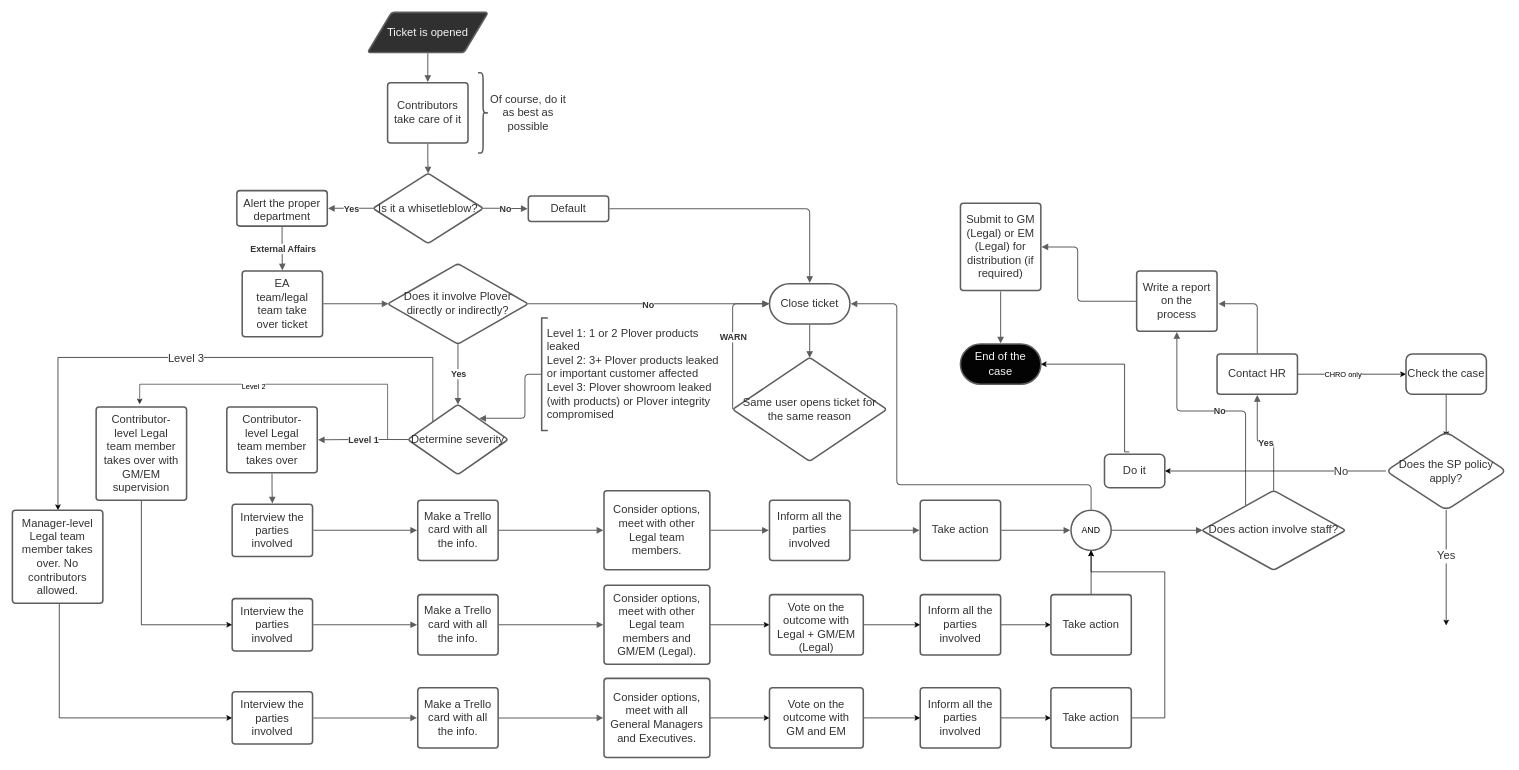
This is Untitled Diagram.drawio from Peiprjs/Peiprjs, a draw.io file, before an edit. Source tidied: cells renumbered, new cells numbered last; positions are measured from the earlier drawing's top-left corner, leaving out a move shared by most shapes. Both pictures are drawn from the tidied source at 67%, with x=0, y=0 at pixel (12, 12).
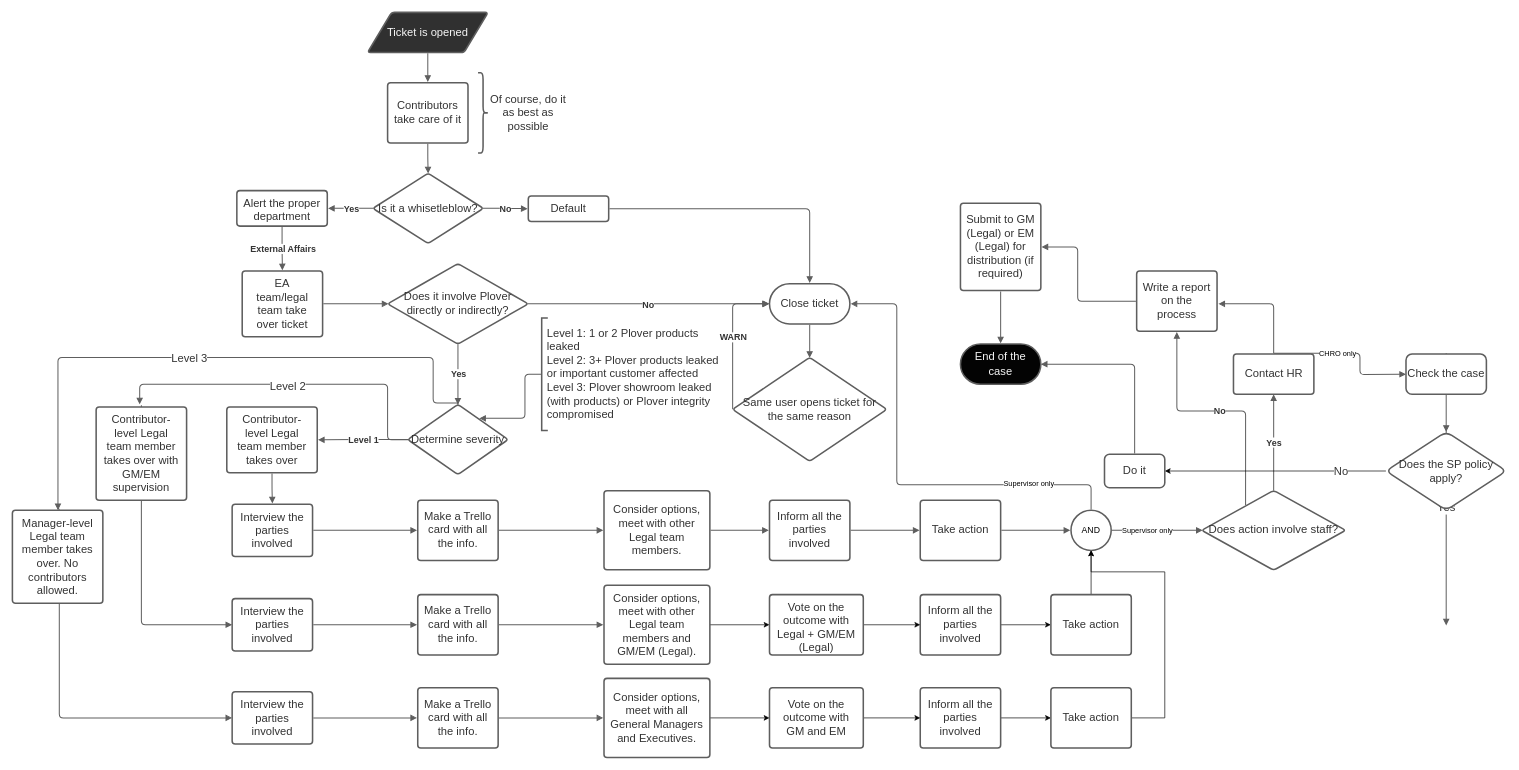
The same diagram, later.

Unchanged cells that the change refers to:
```xml
<mxCell id="35" value="Determine severity" style="html=1;overflow=block;blockSpacing=1;whiteSpace=wrap;rhombus;whiteSpace=wrap;fontSize=16.7;fontColor=#333333;spacing=3.8;strokeColor=#5e5e5e;strokeOpacity=100;rounded=1;absoluteArcSize=1;arcSize=9;strokeWidth=2.3;" parent="1" vertex="1">
  <mxGeometry x="590" y="585" width="150" height="105" as="geometry" />
</mxCell>
<mxCell id="51" value="&lt;font style=&quot;font-size: 17px&quot;&gt;Does action involve staff?&lt;/font&gt;" style="html=1;overflow=block;blockSpacing=1;whiteSpace=wrap;rhombus;whiteSpace=wrap;fontSize=16.7;fontColor=#333333;spacing=3.8;strokeColor=#5e5e5e;strokeOpacity=100;rounded=1;absoluteArcSize=1;arcSize=9;strokeWidth=2.3;" parent="1" vertex="1">
  <mxGeometry x="1775" y="713.5" width="215" height="119" as="geometry" />
</mxCell>
<mxCell id="55" style="html=1;jettySize=18;whiteSpace=wrap;fontSize=13;strokeColor=#5E5E5E;strokeWidth=1.5;rounded=1;arcSize=12;edgeStyle=orthogonalEdgeStyle;startArrow=none;endArrow=block;endFill=1;exitX=0.5;exitY=-0.019;exitPerimeter=0;entryX=1.009;entryY=0.5;entryPerimeter=0;" parent="1" edge="1" source="53" target="21">
  <mxGeometry relative="1" as="geometry">
    <Array as="points">
      <mxPoint x="1610" y="705" />
      <mxPoint x="1320" y="705" />
      <mxPoint x="1320" y="435" />
    </Array>
  </mxGeometry>
</mxCell>
<mxCell id="56" style="html=1;jettySize=18;whiteSpace=wrap;fontSize=13;strokeColor=#5E5E5E;strokeWidth=1.5;rounded=1;arcSize=12;edgeStyle=orthogonalEdgeStyle;startArrow=none;endArrow=block;endFill=1;exitX=1.019;exitY=0.5;exitPerimeter=0;entryX=0.007;entryY=0.5;entryPerimeter=0;" parent="1" edge="1" source="53" target="51">
  <mxGeometry relative="1" as="geometry" />
</mxCell>
<mxCell id="68" value="&lt;font color=&quot;#F7F7F7&quot;&gt;End of the case&lt;/font&gt;" style="html=1;overflow=block;blockSpacing=1;whiteSpace=wrap;rounded=1;arcSize=50;whiteSpace=wrap;fontSize=16.7;fontColor=#333333;spacing=3.8;strokeColor=#5e5e5e;strokeOpacity=100;strokeWidth=2.3;fillColor=#030303;" parent="1" vertex="1">
  <mxGeometry x="1415" y="495" width="120" height="60" as="geometry" />
</mxCell>
<mxCell id="70" value="Interview the parties involved" style="html=1;overflow=block;blockSpacing=1;whiteSpace=wrap;whiteSpace=wrap;fontSize=16.7;fontColor=#333333;spacing=9;strokeColor=#5e5e5e;strokeOpacity=100;rounded=1;absoluteArcSize=1;arcSize=9;strokeWidth=2.3;" parent="1" vertex="1">
  <mxGeometry x="328" y="875" width="120" height="78" as="geometry" />
</mxCell>
<mxCell id="79" value="Contributor-level Legal team member takes over with GM/EM supervision" style="html=1;overflow=block;blockSpacing=1;whiteSpace=wrap;whiteSpace=wrap;fontSize=16.7;fontColor=#333333;spacing=9;strokeColor=#5E5E5E;rounded=1;absoluteArcSize=1;arcSize=9;strokeWidth=2.3;" parent="1" vertex="1">
  <mxGeometry x="125" y="589" width="135" height="139" as="geometry" />
</mxCell>
<mxCell id="85" value="Check the case" style="rounded=1;whiteSpace=wrap;html=1;fontSize=16.7;fontColor=#333333;strokeColor=#5E5E5E;strokeWidth=2.3;" parent="1" vertex="1">
  <mxGeometry x="2080" y="510" width="120" height="60" as="geometry" />
</mxCell>
<mxCell id="90" value="Does the SP policy apply?" style="rhombus;whiteSpace=wrap;html=1;rounded=1;fontSize=16.7;fontColor=#333333;strokeColor=#5E5E5E;strokeWidth=2.3;" parent="1" vertex="1">
  <mxGeometry x="2050" y="626" width="180" height="117" as="geometry" />
</mxCell>
<mxCell id="92" value="Do it" style="rounded=1;whiteSpace=wrap;html=1;fontSize=16.7;fontColor=#333333;strokeColor=#5E5E5E;strokeWidth=2.3;" parent="1" vertex="1">
  <mxGeometry x="1630" y="659.5" width="90" height="50" as="geometry" />
</mxCell>
<mxCell id="93" value="Interview the parties involved" style="html=1;overflow=block;blockSpacing=1;whiteSpace=wrap;whiteSpace=wrap;fontSize=16.7;fontColor=#333333;spacing=9;strokeColor=#5e5e5e;strokeOpacity=100;rounded=1;absoluteArcSize=1;arcSize=9;strokeWidth=2.3;" parent="1" vertex="1">
  <mxGeometry x="328" y="1014" width="120" height="78" as="geometry" />
</mxCell>
<mxCell id="102" value="Manager-level Legal team member takes over. No contributors allowed." style="html=1;overflow=block;blockSpacing=1;whiteSpace=wrap;whiteSpace=wrap;fontSize=16.7;fontColor=#333333;spacing=9;strokeColor=#5E5E5E;rounded=1;absoluteArcSize=1;arcSize=9;strokeWidth=2.3;" parent="1" vertex="1">
  <mxGeometry y="743" width="135" height="139" as="geometry" />
</mxCell>
```

Diff of the diagram source:
```diff
@@
-    <mxCell id="31" style="edgeStyle=orthogonalEdgeStyle;rounded=0;jettySize=auto;html=1;strokeColor=#303030;" parent="1" edge="1" source="35">
+    <mxCell id="31" style="html=1;jettySize=18;whiteSpace=wrap;fontSize=13;strokeColor=#5E5E5E;strokeWidth=1.5;rounded=1;arcSize=12;edgeStyle=orthogonalEdgeStyle;startArrow=none;endArrow=block;endFill=1;exitX=0.5;exitY=-0.019;exitPerimeter=0;" parent="1" edge="1" source="35">
       <mxGeometry relative="1" as="geometry">
         <mxPoint x="190" y="585" as="targetPoint" />
         <Array as="points">
           <mxPoint x="560" y="638" />
           <mxPoint x="560" y="555" />
           <mxPoint x="190" y="555" />
         </Array>
       </mxGeometry>
     </mxCell>
-    <mxCell id="32" value="&lt;div&gt;Level 2&lt;/div&gt;" style="edgeLabel;html=1;align=center;verticalAlign=middle;" parent="31" vertex="1">
+    <mxCell id="32" value="&lt;div&gt;Level 2&lt;/div&gt;" style="edgeLabel;html=1;align=center;verticalAlign=middle;fontSize=16.7;fontColor=#333333;" parent="31" vertex="1">
       <mxGeometry x="0.22" y="3" relative="1" as="geometry" />
     </mxCell>
-    <mxCell id="33" style="edgeStyle=orthogonalEdgeStyle;rounded=0;jettySize=auto;html=1;exitX=0;exitY=0;exitDx=0;exitDy=0;fontSize=16.7;fontColor=#333333;" parent="1" edge="1" source="35" target="102">
+    <mxCell id="33" style="html=1;jettySize=18;whiteSpace=wrap;fontSize=13;strokeColor=#5E5E5E;strokeWidth=1.5;rounded=1;arcSize=12;edgeStyle=orthogonalEdgeStyle;startArrow=none;endArrow=block;endFill=1;exitX=0.5;exitY=-0.019;exitPerimeter=0;" parent="1" edge="1" source="35" target="102">
       <mxGeometry relative="1" as="geometry">
         <Array as="points">
+          <mxPoint x="628" y="583" />
           <mxPoint x="628" y="515" />
           <mxPoint x="68" y="515" />
         </Array>
       </mxGeometry>
     </mxCell>
@@
+    <mxCell id="107" value="Supervisor only" style="edgeLabel;html=1;align=center;verticalAlign=middle;" parent="55" vertex="1">
+      <mxGeometry x="-0.61" y="-2" relative="1" as="geometry" />
+    </mxCell>
@@
+    <mxCell id="108" value="Supervisor only" style="edgeLabel;html=1;align=center;verticalAlign=middle;" parent="56" vertex="1">
+      <mxGeometry x="-0.23" relative="1" as="geometry" />
+    </mxCell>
-    <mxCell id="57" style="html=1;jettySize=18;whiteSpace=wrap;fontSize=13.3;fontColor=#333333;fontStyle=1;strokeColor=#5E5E5E;strokeWidth=1.5;rounded=1;arcSize=12;edgeStyle=orthogonalEdgeStyle;startArrow=none;endArrow=block;endFill=1;exitX=0.5;exitY=0.004;exitPerimeter=0;entryX=0.5;entryY=1.019;entryPerimeter=0;" parent="1" edge="1" source="51" target="61">
+    <mxCell id="57" style="html=1;jettySize=18;whiteSpace=wrap;fontSize=13.3;fontColor=#333333;fontStyle=1;strokeColor=#5E5E5E;strokeWidth=1.5;rounded=1;arcSize=12;edgeStyle=orthogonalEdgeStyle;startArrow=none;endArrow=block;endFill=1;exitX=0.5;exitY=0.004;exitPerimeter=0;entryX=0.5;entryY=1;entryDx=0;entryDy=0;" parent="1" edge="1" source="51" target="61">
       <mxGeometry relative="1" as="geometry" />
     </mxCell>
@@
-    <mxCell id="59" style="edgeStyle=orthogonalEdgeStyle;rounded=0;jettySize=auto;html=1;" parent="1" edge="1" source="61">
+    <mxCell id="59" style="html=1;jettySize=18;whiteSpace=wrap;fontSize=13;strokeColor=#5E5E5E;strokeWidth=1.5;rounded=1;arcSize=12;edgeStyle=orthogonalEdgeStyle;startArrow=none;endArrow=block;endFill=1;exitX=0.5;exitY=-0.019;exitPerimeter=0;" parent="1" edge="1" source="61">
       <mxGeometry relative="1" as="geometry">
         <mxPoint x="2080" y="540" as="targetPoint" />
       </mxGeometry>
     </mxCell>
@@
     <mxCell id="61" value="Contact HR" style="html=1;overflow=block;blockSpacing=1;whiteSpace=wrap;whiteSpace=wrap;fontSize=16.7;fontColor=#333333;spacing=9;strokeColor=#5E5E5E;rounded=1;absoluteArcSize=1;arcSize=9;strokeWidth=2.3;" parent="1" vertex="1">
-      <mxGeometry x="1798" y="510" width="120" height="60" as="geometry" />
+      <mxGeometry x="1822.5" y="510" width="120" height="60" as="geometry" />
     </mxCell>
@@
     <mxCell id="65" style="html=1;jettySize=18;whiteSpace=wrap;fontSize=13;strokeColor=#5E5E5E;strokeWidth=1.5;rounded=1;arcSize=12;edgeStyle=orthogonalEdgeStyle;startArrow=none;endArrow=block;endFill=1;exitX=0.5;exitY=-0.019;exitPerimeter=0;" parent="1" edge="1" source="61">
       <mxGeometry relative="1" as="geometry">
         <mxPoint x="1800" y="435" as="targetPoint" />
         <Array as="points">
-          <mxPoint x="1858" y="435" />
+          <mxPoint x="1883" y="435" />
         </Array>
       </mxGeometry>
     </mxCell>
@@
-    <mxCell id="78" style="edgeStyle=orthogonalEdgeStyle;rounded=0;jettySize=auto;html=1;entryX=0;entryY=0.5;entryDx=0;entryDy=0;" parent="1" edge="1" source="79" target="70">
+    <mxCell id="78" style="html=1;jettySize=18;whiteSpace=wrap;fontSize=13;strokeColor=#5E5E5E;strokeWidth=1.5;rounded=1;arcSize=12;edgeStyle=orthogonalEdgeStyle;startArrow=none;endArrow=block;endFill=1;exitX=0.5;exitY=-0.019;exitPerimeter=0;" parent="1" edge="1" source="79" target="70">
       <mxGeometry relative="1" as="geometry">
         <Array as="points">
           <mxPoint x="192" y="914" />
         </Array>
       </mxGeometry>
     </mxCell>
@@
-    <mxCell id="84" style="edgeStyle=orthogonalEdgeStyle;rounded=0;jettySize=auto;html=1;entryX=0.5;entryY=0.068;entryDx=0;entryDy=0;entryPerimeter=0;fontSize=16.7;fontColor=#333333;" parent="1" edge="1" source="85" target="90">
+    <mxCell id="84" style="html=1;jettySize=18;whiteSpace=wrap;fontSize=13;strokeColor=#5E5E5E;strokeWidth=1.5;rounded=1;arcSize=12;edgeStyle=orthogonalEdgeStyle;startArrow=none;endArrow=block;endFill=1;exitX=0.5;exitY=-0.019;exitPerimeter=0;" parent="1" edge="1" source="85" target="90">
       <mxGeometry relative="1" as="geometry" />
     </mxCell>
@@
-    <mxCell id="86" style="edgeStyle=orthogonalEdgeStyle;rounded=0;jettySize=auto;html=1;fontSize=16.7;fontColor=#333333;" parent="1" edge="1" source="90">
+    <mxCell id="86" style="html=1;jettySize=18;whiteSpace=wrap;fontSize=13;strokeColor=#5E5E5E;strokeWidth=1.5;rounded=1;arcSize=12;edgeStyle=orthogonalEdgeStyle;startArrow=none;endArrow=block;endFill=1;exitX=0.5;exitY=-0.019;exitPerimeter=0;" parent="1" edge="1" source="90">
       <mxGeometry relative="1" as="geometry">
         <mxPoint x="2140" y="915" as="targetPoint" />
       </mxGeometry>
     </mxCell>
@@
-    <mxCell id="91" style="edgeStyle=orthogonalEdgeStyle;rounded=0;jettySize=auto;html=1;entryX=1;entryY=0.5;entryDx=0;entryDy=0;fontSize=16.7;fontColor=#333333;exitX=0.411;exitY=-0.07;exitDx=0;exitDy=0;exitPerimeter=0;" parent="1" edge="1" source="92" target="68">
+    <mxCell id="91" style="html=1;jettySize=18;whiteSpace=wrap;fontSize=13;strokeColor=#5E5E5E;strokeWidth=1.5;rounded=1;arcSize=12;edgeStyle=orthogonalEdgeStyle;startArrow=none;endArrow=block;endFill=1;exitX=0.5;exitY=-0.019;exitPerimeter=0;" parent="1" edge="1" source="92" target="68">
       <mxGeometry relative="1" as="geometry">
         <Array as="points">
-          <mxPoint x="1660" y="656" />
-          <mxPoint x="1660" y="525" />
+          <mxPoint x="1675" y="525" />
         </Array>
       </mxGeometry>
     </mxCell>
@@
-    <mxCell id="101" style="edgeStyle=orthogonalEdgeStyle;rounded=0;jettySize=auto;html=1;fontSize=16.7;fontColor=#333333;entryX=0;entryY=0.5;entryDx=0;entryDy=0;" parent="1" edge="1" source="102" target="93">
+    <mxCell id="101" style="html=1;jettySize=18;whiteSpace=wrap;fontSize=13;strokeColor=#5E5E5E;strokeWidth=1.5;rounded=1;arcSize=12;edgeStyle=orthogonalEdgeStyle;startArrow=none;endArrow=block;endFill=1;exitX=0.5;exitY=-0.019;exitPerimeter=0;" parent="1" edge="1" source="102" target="93">
       <mxGeometry relative="1" as="geometry">
         <Array as="points">
           <mxPoint x="70" y="1053" />
         </Array>
       </mxGeometry>
     </mxCell>
```
